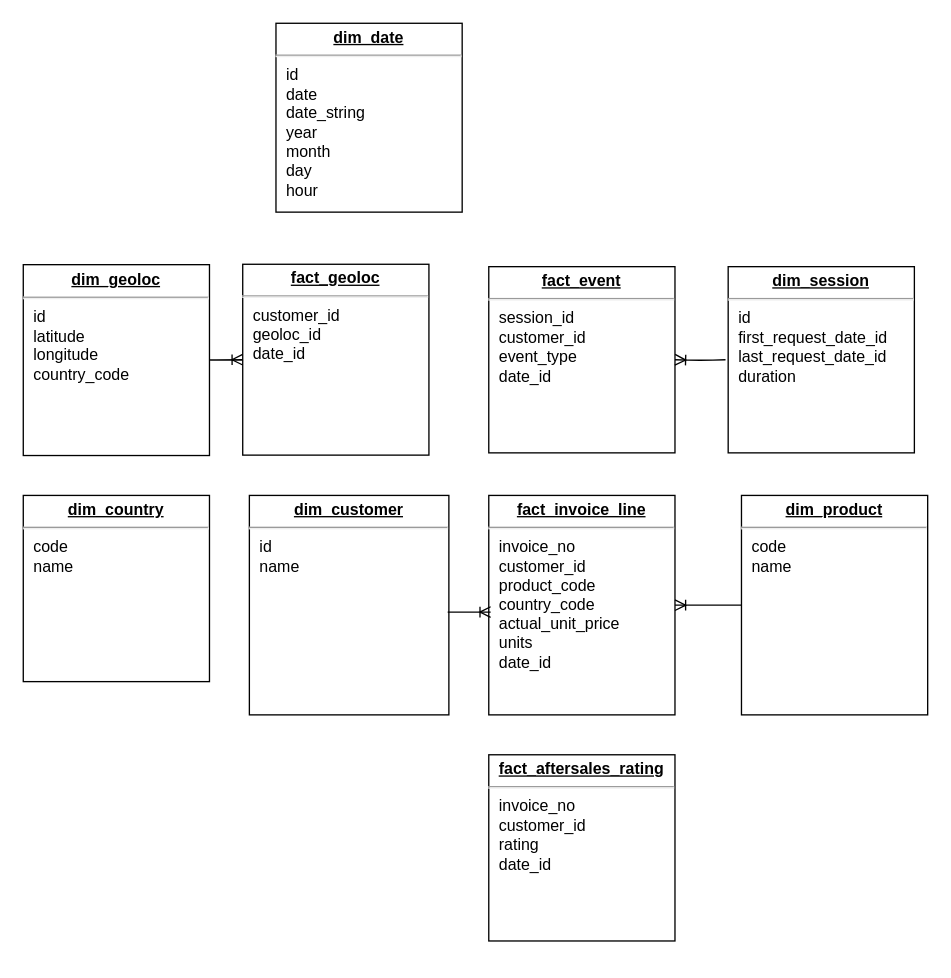
Earlier version of the draw.io diagram data-model/dataproj-retail.drawio (kfmendoza/dataproj-retail). Source tidied: cells renumbered, new cells numbered last; positions are measured from the earlier drawing's top-left corner, leaving out a move shared by most shapes. Both pictures are drawn from the tidied source at 133%, with x=0, y=0 at pixel (23, 23).
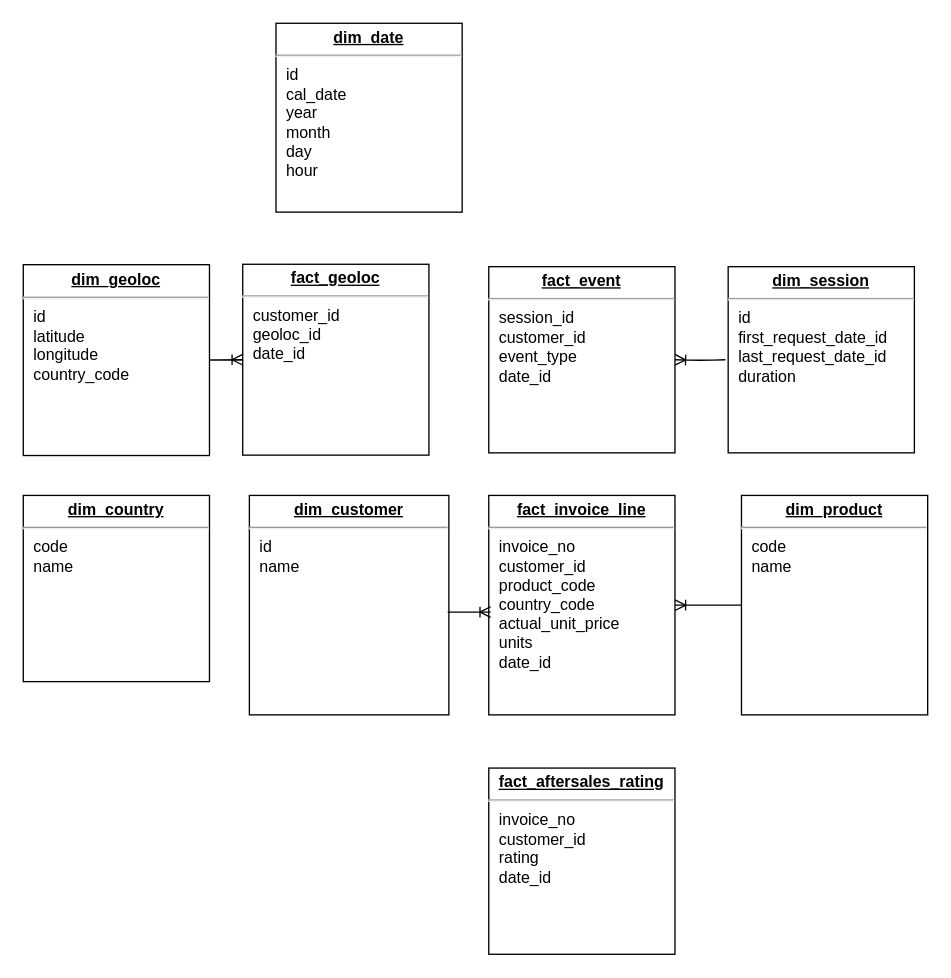
After the change.

Commit message (it also covers changes not shown here):
Modify data model

Diff of the diagram source:
```diff
@@
 <mxGraphModel>
   <root>
     <mxCell id="0" />
     <mxCell id="1" parent="0" />
     <mxCell id="2" value="&lt;p style=&quot;margin: 0px ; margin-top: 4px ; text-align: center ; text-decoration: underline&quot;&gt;&lt;b&gt;dim_product&lt;/b&gt;&lt;/p&gt;&lt;hr&gt;&lt;p style=&quot;margin: 0px ; margin-left: 8px&quot;&gt;code&lt;/p&gt;&lt;p style=&quot;margin: 0px ; margin-left: 8px&quot;&gt;name&lt;/p&gt;" style="verticalAlign=top;align=left;overflow=fill;fontSize=12;fontFamily=Helvetica;html=1;rounded=0;shadow=0;comic=0;labelBackgroundColor=none;strokeWidth=1;" parent="1" vertex="1">
       <mxGeometry x="540" y="355" width="140" height="165" as="geometry" />
     </mxCell>
     <mxCell id="3" value="&lt;p style=&quot;margin: 0px ; margin-top: 4px ; text-align: center ; text-decoration: underline&quot;&gt;&lt;b&gt;dim_country&lt;/b&gt;&lt;/p&gt;&lt;hr&gt;&lt;p style=&quot;margin: 0px ; margin-left: 8px&quot;&gt;code&lt;/p&gt;&lt;p style=&quot;margin: 0px ; margin-left: 8px&quot;&gt;&lt;span&gt;name&lt;/span&gt;&lt;/p&gt;&lt;p style=&quot;margin: 0px ; margin-left: 8px&quot;&gt;&lt;br&gt;&lt;/p&gt;" style="verticalAlign=top;align=left;overflow=fill;fontSize=12;fontFamily=Helvetica;html=1;rounded=0;shadow=0;comic=0;labelBackgroundColor=none;strokeWidth=1;" parent="1" vertex="1">
       <mxGeometry y="355" width="140" height="140" as="geometry" />
     </mxCell>
     <mxCell id="4" value="&lt;p style=&quot;margin: 0px ; margin-top: 4px ; text-align: center ; text-decoration: underline&quot;&gt;&lt;b&gt;fact_invoice_line&lt;/b&gt;&lt;/p&gt;&lt;hr&gt;&lt;p style=&quot;margin: 0px 0px 0px 8px&quot;&gt;&lt;span&gt;invoice_no&lt;/span&gt;&lt;br&gt;&lt;/p&gt;&lt;p style=&quot;margin: 0px 0px 0px 8px&quot;&gt;customer_id&lt;br&gt;&lt;/p&gt;&lt;p style=&quot;margin: 0px 0px 0px 8px&quot;&gt;&lt;span&gt;product_code&lt;/span&gt;&lt;br&gt;&lt;/p&gt;&lt;p style=&quot;margin: 0px 0px 0px 8px&quot;&gt;&lt;span&gt;country_code&lt;/span&gt;&lt;/p&gt;&lt;p style=&quot;margin: 0px 0px 0px 8px&quot;&gt;&lt;span&gt;actual_unit_price&lt;/span&gt;&lt;/p&gt;&lt;p style=&quot;margin: 0px 0px 0px 8px&quot;&gt;&lt;span&gt;units&lt;/span&gt;&lt;/p&gt;&lt;p style=&quot;margin: 0px 0px 0px 8px&quot;&gt;date_id&lt;br&gt;&lt;/p&gt;&lt;p style=&quot;margin: 0px ; margin-left: 8px&quot;&gt;&lt;br&gt;&lt;/p&gt;" style="verticalAlign=top;align=left;overflow=fill;fontSize=12;fontFamily=Helvetica;html=1;rounded=0;shadow=0;comic=0;labelBackgroundColor=none;strokeWidth=1;" parent="1" vertex="1">
       <mxGeometry x="350" y="355" width="140" height="165" as="geometry" />
     </mxCell>
     <mxCell id="5" value="&lt;p style=&quot;margin: 0px ; margin-top: 4px ; text-align: center ; text-decoration: underline&quot;&gt;&lt;b&gt;fact_event&lt;/b&gt;&lt;/p&gt;&lt;hr&gt;&lt;p style=&quot;margin: 0px 0px 0px 8px&quot;&gt;session_id&lt;/p&gt;&lt;p style=&quot;margin: 0px 0px 0px 8px&quot;&gt;&lt;span&gt;customer_id&lt;/span&gt;&lt;/p&gt;&lt;p style=&quot;margin: 0px 0px 0px 8px&quot;&gt;event_type&lt;span&gt;&lt;br&gt;&lt;/span&gt;&lt;/p&gt;&lt;p style=&quot;margin: 0px ; margin-left: 8px&quot;&gt;date_id&lt;/p&gt;&lt;p style=&quot;margin: 0px ; margin-left: 8px&quot;&gt;&lt;br&gt;&lt;/p&gt;" style="verticalAlign=top;align=left;overflow=fill;fontSize=12;fontFamily=Helvetica;html=1;rounded=0;shadow=0;comic=0;labelBackgroundColor=none;strokeWidth=1;" parent="1" vertex="1">
       <mxGeometry x="350" y="183" width="140" height="140" as="geometry" />
     </mxCell>
     <mxCell id="6" value="&lt;p style=&quot;margin: 0px ; margin-top: 4px ; text-align: center ; text-decoration: underline&quot;&gt;&lt;b&gt;dim_geoloc&lt;/b&gt;&lt;/p&gt;&lt;hr&gt;&lt;p style=&quot;margin: 0px ; margin-left: 8px&quot;&gt;id&lt;/p&gt;&lt;p style=&quot;margin: 0px ; margin-left: 8px&quot;&gt;latitude&lt;/p&gt;&lt;p style=&quot;margin: 0px ; margin-left: 8px&quot;&gt;longitude&lt;/p&gt;&lt;p style=&quot;margin: 0px ; margin-left: 8px&quot;&gt;country_code&lt;/p&gt;" style="verticalAlign=top;align=left;overflow=fill;fontSize=12;fontFamily=Helvetica;html=1;rounded=0;shadow=0;comic=0;labelBackgroundColor=none;strokeWidth=1;" parent="1" vertex="1">
       <mxGeometry y="181.5" width="140" height="143.5" as="geometry" />
     </mxCell>
     <mxCell id="7" value="&lt;p style=&quot;margin: 0px ; margin-top: 4px ; text-align: center ; text-decoration: underline&quot;&gt;&lt;b&gt;dim_customer&lt;/b&gt;&lt;/p&gt;&lt;hr&gt;&lt;p style=&quot;margin: 0px ; margin-left: 8px&quot;&gt;id&lt;/p&gt;&lt;p style=&quot;margin: 0px ; margin-left: 8px&quot;&gt;name&lt;/p&gt;&lt;p style=&quot;margin: 0px ; margin-left: 8px&quot;&gt;&lt;br&gt;&lt;/p&gt;" style="verticalAlign=top;align=left;overflow=fill;fontSize=12;fontFamily=Helvetica;html=1;rounded=0;shadow=0;comic=0;labelBackgroundColor=none;strokeWidth=1;" parent="1" vertex="1">
       <mxGeometry x="170" y="355" width="150" height="165" as="geometry" />
     </mxCell>
     <mxCell id="8" value="&lt;p style=&quot;margin: 0px ; margin-top: 4px ; text-align: center ; text-decoration: underline&quot;&gt;&lt;b&gt;fact_aftersales_rating&lt;/b&gt;&lt;/p&gt;&lt;hr&gt;&lt;p style=&quot;margin: 0px 0px 0px 8px&quot;&gt;invoice_no&lt;/p&gt;&lt;p style=&quot;margin: 0px 0px 0px 8px&quot;&gt;customer_id&lt;/p&gt;&lt;p style=&quot;margin: 0px 0px 0px 8px&quot;&gt;rating&lt;/p&gt;&lt;p style=&quot;margin: 0px 0px 0px 8px&quot;&gt;date_id&lt;/p&gt;&lt;p style=&quot;margin: 0px 0px 0px 8px&quot;&gt;&lt;span&gt;&lt;br&gt;&lt;/span&gt;&lt;/p&gt;&lt;p style=&quot;margin: 0px ; margin-left: 8px&quot;&gt;&lt;br&gt;&lt;/p&gt;&lt;p style=&quot;margin: 0px ; margin-left: 8px&quot;&gt;&lt;br&gt;&lt;/p&gt;" style="verticalAlign=top;align=left;overflow=fill;fontSize=12;fontFamily=Helvetica;html=1;rounded=0;shadow=0;comic=0;labelBackgroundColor=none;strokeWidth=1;" parent="1" vertex="1">
-      <mxGeometry x="350" y="550" width="140" height="140" as="geometry" />
+      <mxGeometry x="350" y="560" width="140" height="140" as="geometry" />
     </mxCell>
-    <mxCell id="9" value="&lt;p style=&quot;margin: 0px ; margin-top: 4px ; text-align: center ; text-decoration: underline&quot;&gt;&lt;b&gt;dim_date&lt;/b&gt;&lt;/p&gt;&lt;hr&gt;&lt;p style=&quot;margin: 0px 0px 0px 8px&quot;&gt;id&lt;/p&gt;&lt;p style=&quot;margin: 0px 0px 0px 8px&quot;&gt;date&lt;/p&gt;&lt;p style=&quot;margin: 0px 0px 0px 8px&quot;&gt;date_string&lt;/p&gt;&lt;p style=&quot;margin: 0px 0px 0px 8px&quot;&gt;year&lt;/p&gt;&lt;p style=&quot;margin: 0px 0px 0px 8px&quot;&gt;month&lt;/p&gt;&lt;p style=&quot;margin: 0px 0px 0px 8px&quot;&gt;day&lt;/p&gt;&lt;p style=&quot;margin: 0px 0px 0px 8px&quot;&gt;hour&lt;/p&gt;" style="verticalAlign=top;align=left;overflow=fill;fontSize=12;fontFamily=Helvetica;html=1;rounded=0;shadow=0;comic=0;labelBackgroundColor=none;strokeWidth=1;" parent="1" vertex="1">
+    <mxCell id="9" value="&lt;p style=&quot;margin: 0px ; margin-top: 4px ; text-align: center ; text-decoration: underline&quot;&gt;&lt;b&gt;dim_date&lt;/b&gt;&lt;/p&gt;&lt;hr&gt;&lt;p style=&quot;margin: 0px 0px 0px 8px&quot;&gt;id&lt;/p&gt;&lt;p style=&quot;margin: 0px 0px 0px 8px&quot;&gt;cal_date&lt;/p&gt;&lt;p style=&quot;margin: 0px 0px 0px 8px&quot;&gt;year&lt;/p&gt;&lt;p style=&quot;margin: 0px 0px 0px 8px&quot;&gt;month&lt;/p&gt;&lt;p style=&quot;margin: 0px 0px 0px 8px&quot;&gt;day&lt;/p&gt;&lt;p style=&quot;margin: 0px 0px 0px 8px&quot;&gt;hour&lt;/p&gt;" style="verticalAlign=top;align=left;overflow=fill;fontSize=12;fontFamily=Helvetica;html=1;rounded=0;shadow=0;comic=0;labelBackgroundColor=none;strokeWidth=1;" parent="1" vertex="1">
       <mxGeometry x="190" width="140" height="142" as="geometry" />
     </mxCell>
     <mxCell id="10" value="&lt;p style=&quot;margin: 0px ; margin-top: 4px ; text-align: center ; text-decoration: underline&quot;&gt;&lt;b&gt;dim_session&lt;/b&gt;&lt;/p&gt;&lt;hr&gt;&lt;p style=&quot;margin: 0px ; margin-left: 8px&quot;&gt;id&lt;/p&gt;&lt;p style=&quot;margin: 0px ; margin-left: 8px&quot;&gt;first_request_date_id&lt;/p&gt;&lt;p style=&quot;margin: 0px ; margin-left: 8px&quot;&gt;last_request_date_id&lt;/p&gt;&lt;p style=&quot;margin: 0px ; margin-left: 8px&quot;&gt;duration&lt;/p&gt;&lt;p style=&quot;margin: 0px ; margin-left: 8px&quot;&gt;&lt;br&gt;&lt;/p&gt;" style="verticalAlign=top;align=left;overflow=fill;fontSize=12;fontFamily=Helvetica;html=1;rounded=0;shadow=0;comic=0;labelBackgroundColor=none;strokeWidth=1;" parent="1" vertex="1">
       <mxGeometry x="530" y="183" width="140" height="140" as="geometry" />
     </mxCell>
     <mxCell id="11" value="&lt;p style=&quot;margin: 0px ; margin-top: 4px ; text-align: center ; text-decoration: underline&quot;&gt;&lt;b&gt;fact_geoloc&lt;/b&gt;&lt;/p&gt;&lt;hr&gt;&lt;p style=&quot;margin: 0px ; margin-left: 8px&quot;&gt;customer_id&lt;/p&gt;&lt;p style=&quot;margin: 0px ; margin-left: 8px&quot;&gt;geoloc_id&lt;/p&gt;&lt;p style=&quot;margin: 0px ; margin-left: 8px&quot;&gt;date_id&lt;/p&gt;" style="verticalAlign=top;align=left;overflow=fill;fontSize=12;fontFamily=Helvetica;html=1;rounded=0;shadow=0;comic=0;labelBackgroundColor=none;strokeWidth=1;" parent="1" vertex="1">
       <mxGeometry x="165" y="181.2" width="140" height="143.5" as="geometry" />
     </mxCell>
     <mxCell id="12" style="edgeStyle=orthogonalEdgeStyle;fontSize=12;html=1;endArrow=ERoneToMany;entryX=0.01;entryY=0.562;entryDx=0;entryDy=0;entryPerimeter=0;exitX=0.994;exitY=0.562;exitDx=0;exitDy=0;exitPerimeter=0;" parent="1" edge="1">
       <mxGeometry relative="1" as="geometry">
         <mxPoint x="319.1" y="442.7" as="sourcePoint" />
         <mxPoint x="351.4" y="442.7" as="targetPoint" />
       </mxGeometry>
     </mxCell>
     <mxCell id="13" style="edgeStyle=orthogonalEdgeStyle;fontSize=12;html=1;endArrow=ERoneToMany;entryX=1;entryY=0.5;entryDx=0;entryDy=0;exitX=0;exitY=0.5;exitDx=0;exitDy=0;" parent="1" edge="1" source="2" target="4">
       <mxGeometry relative="1" as="geometry" />
     </mxCell>
     <mxCell id="14" style="edgeStyle=entityRelationEdgeStyle;fontSize=12;html=1;endArrow=ERoneToMany;entryX=0;entryY=0.5;entryDx=0;entryDy=0;exitX=1;exitY=0.5;exitDx=0;exitDy=0;" parent="1" edge="1" source="6" target="11">
       <mxGeometry relative="1" as="geometry" />
     </mxCell>
     <mxCell id="15" style="edgeStyle=orthogonalEdgeStyle;fontSize=12;html=1;endArrow=ERoneToMany;entryX=1;entryY=0.5;entryDx=0;entryDy=0;" parent="1" edge="1" target="5">
       <mxGeometry relative="1" as="geometry">
         <mxPoint x="528" y="253" as="sourcePoint" />
       </mxGeometry>
     </mxCell>
     <mxCell id="16" style="rounded=0;orthogonalLoop=1;jettySize=auto;html=1;entryX=0.5;entryY=1;entryDx=0;entryDy=0;" parent="1" edge="1" source="6" target="6">
       <mxGeometry relative="1" as="geometry" />
     </mxCell>
   </root>
 </mxGraphModel>
```
